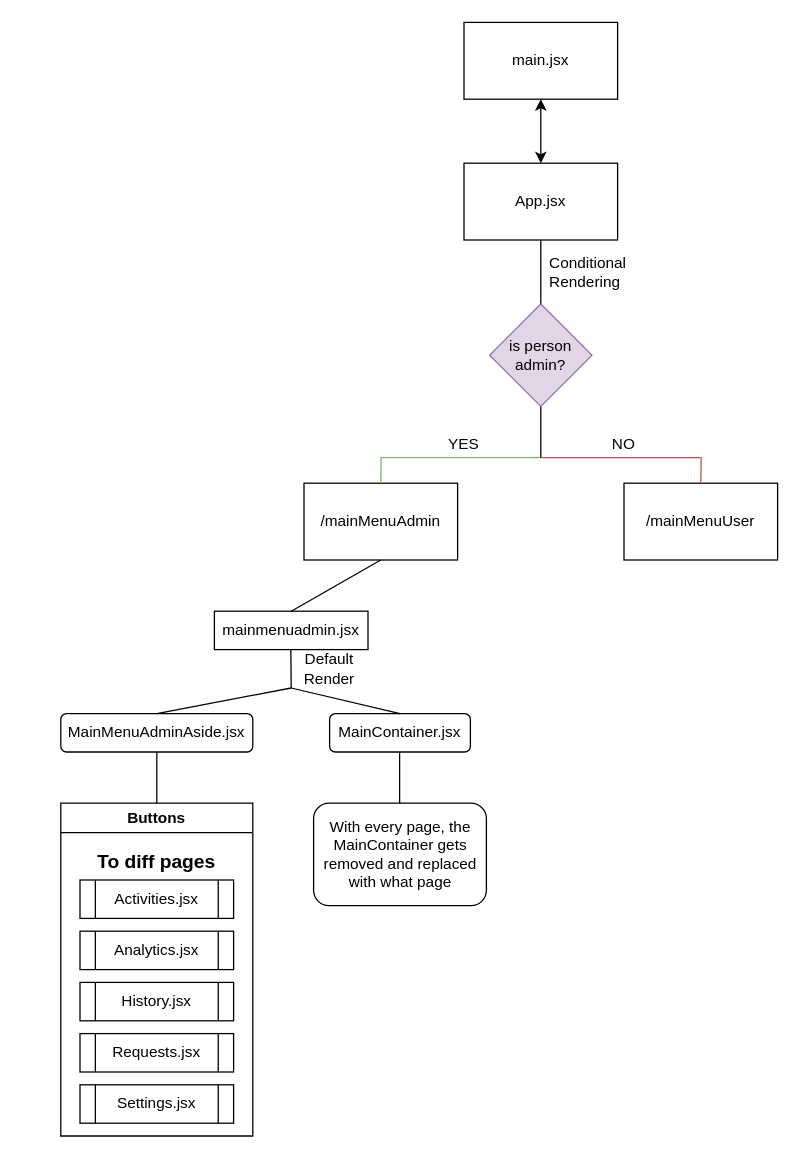
This is pds/general structure.drawio from neglectPanda/drawio, a draw.io file, before an edit. Source tidied: cells renumbered, new cells numbered last; positions are measured from the earlier drawing's top-left corner, leaving out a move shared by most shapes. Both pictures are drawn from the tidied source at 128%, with x=0, y=0 at pixel (60, 22).
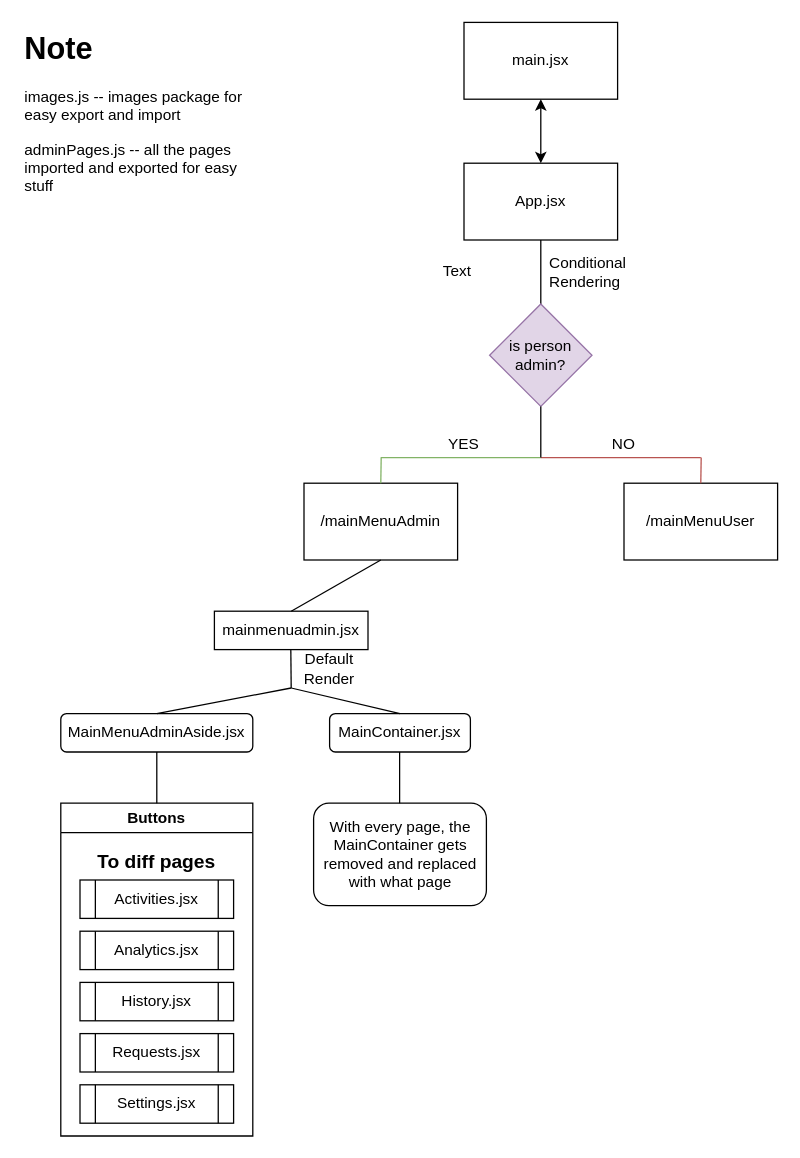
The same page after the edit.

The edit, as a diff of the source:
```diff
@@
+    <mxCell id="35" value="Text" style="text;html=1;align=center;verticalAlign=middle;whiteSpace=wrap;rounded=0;" parent="1" vertex="1">
+      <mxGeometry x="280" y="180" width="60" height="30" as="geometry" />
+    </mxCell>
+    <mxCell id="36" value="&lt;h1 style=&quot;margin-top: 0px;&quot;&gt;Note&lt;/h1&gt;&lt;p&gt;images.js -- images package for easy export and import&lt;/p&gt;&lt;p&gt;adminPages.js -- all the pages imported and exported for easy stuff&lt;/p&gt;" style="text;html=1;whiteSpace=wrap;overflow=hidden;rounded=0;" parent="1" vertex="1">
+      <mxGeometry x="-30" width="180" height="140" as="geometry" />
+    </mxCell>
```
